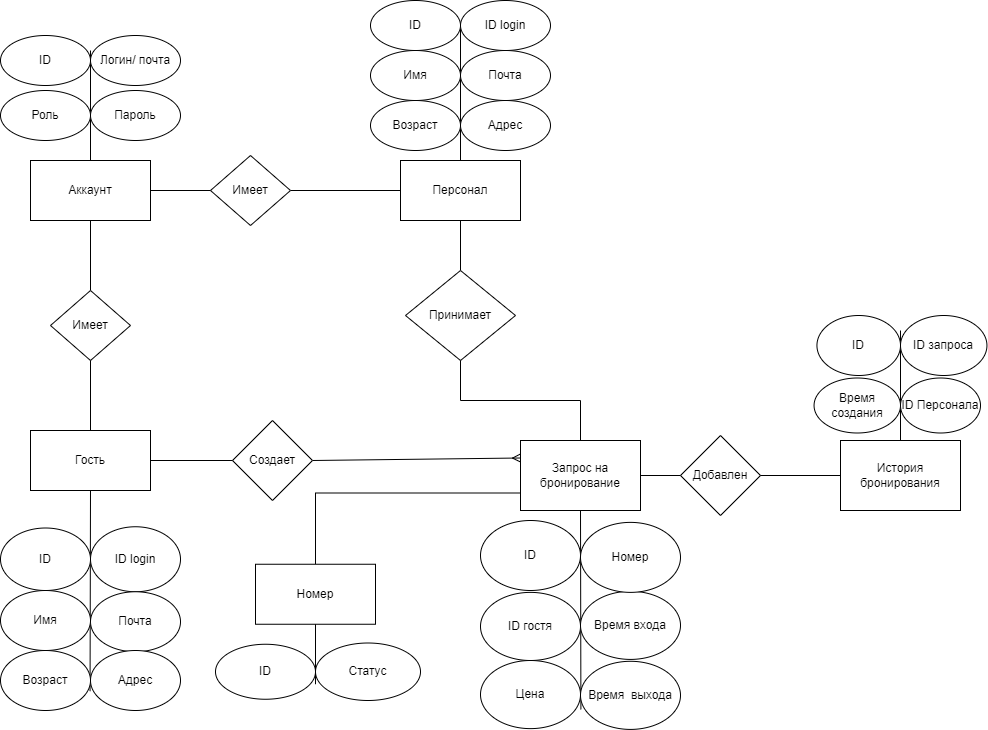
Earlier version of the draw.io export img/ER.png (KulosisCode/PPO_BMSTU). Source tidied: cells renumbered, new cells last; positions are measured from the earlier drawing's top-left corner, leaving out a move shared by most shapes.
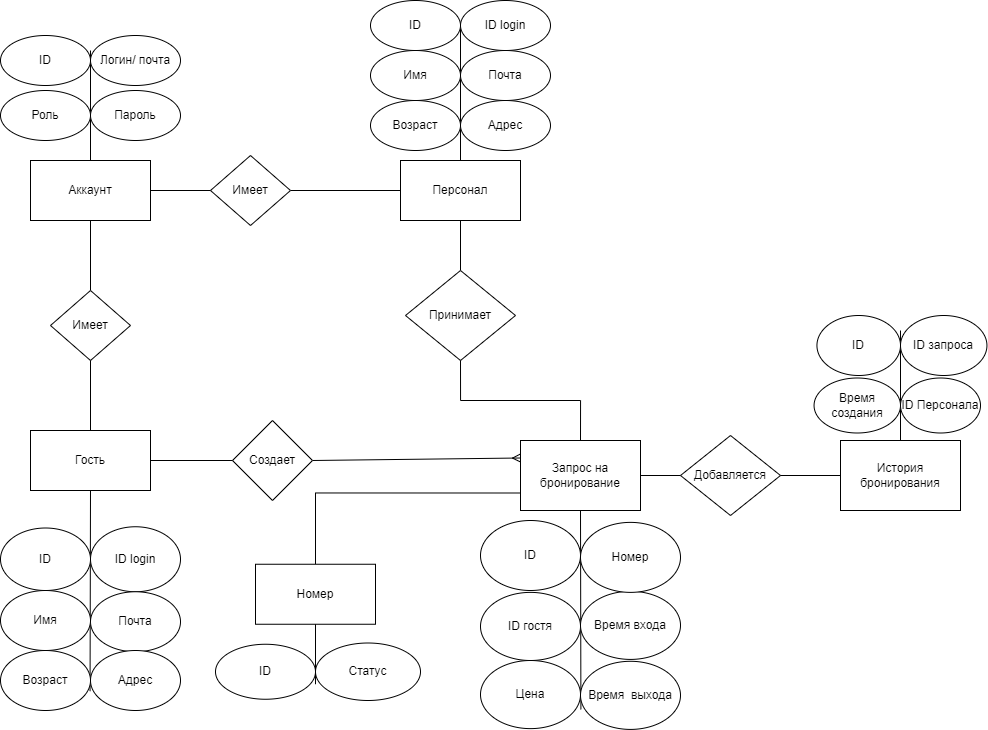
Later version of the same file.

Change to the diagram source:
```diff
@@ -148,8 +148,8 @@
     <mxCell id="47" style="endArrow=none;html=1;rounded=0;entryX=1;entryY=0.5;entryDx=0;entryDy=0;exitX=0;exitY=0.5;exitDx=0;exitDy=0;startArrow=none;" parent="1" edge="1" source="48" target="52">
       <mxGeometry relative="1" as="geometry" />
     </mxCell>
-    <mxCell id="48" value="Добавлен" style="rhombus;whiteSpace=wrap;html=1;" parent="1" vertex="1">
-      <mxGeometry x="680" y="435" width="80" height="80" as="geometry" />
+    <mxCell id="48" value="Добавляется" style="rhombus;whiteSpace=wrap;html=1;" parent="1" vertex="1">
+      <mxGeometry x="680" y="435" width="100" height="80" as="geometry" />
     </mxCell>
     <mxCell id="49" style="endArrow=none;html=1;rounded=0;entryX=1;entryY=0.5;entryDx=0;entryDy=0;exitX=0;exitY=0.5;exitDx=0;exitDy=0;" parent="1" edge="1" source="64" target="48">
       <mxGeometry relative="1" as="geometry" />
```
